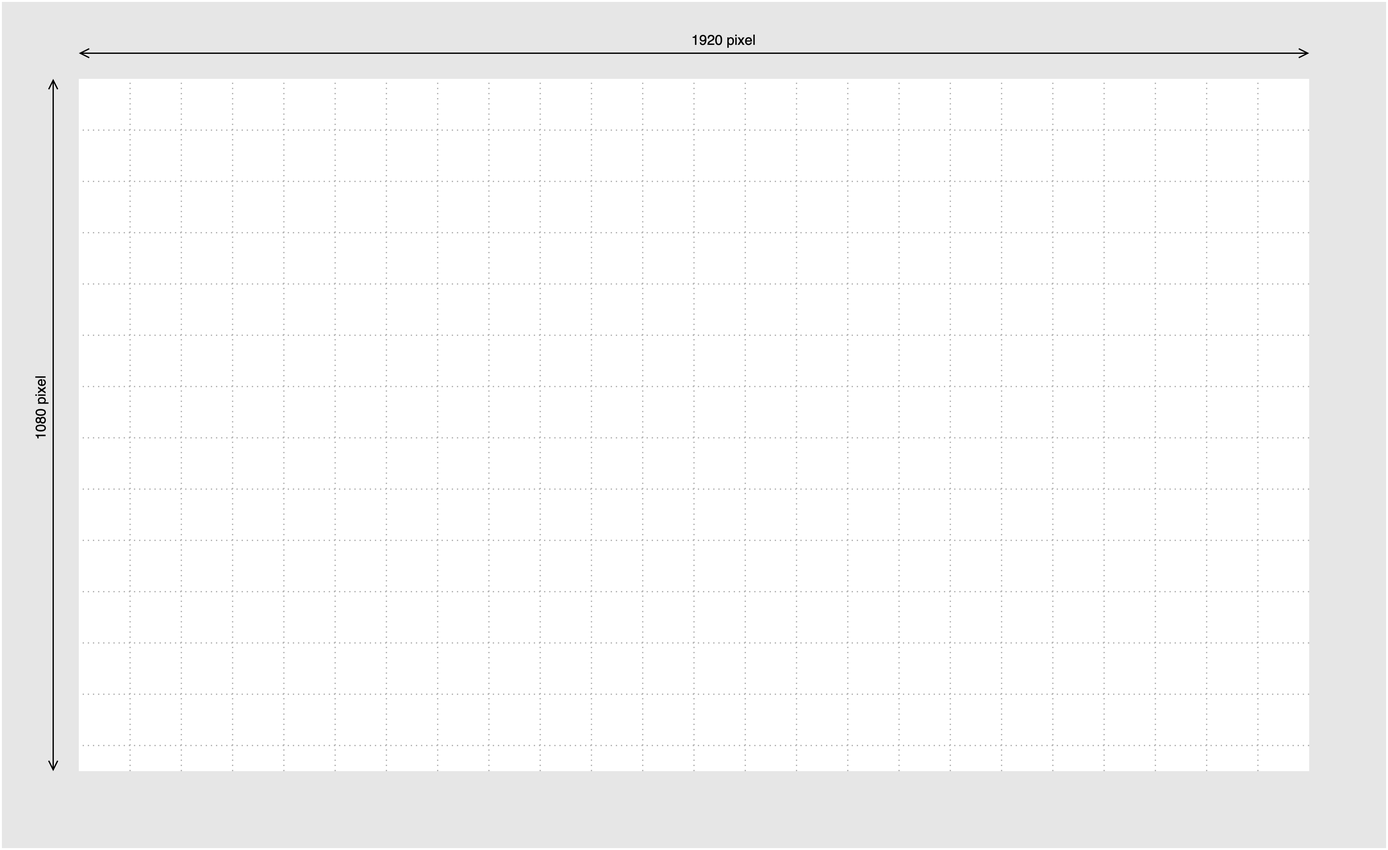
The draw.io diagram diagrams/canvas-guideline_infinite-space_1.png in martinleggewie/visual-tips-for-creating-schematic-diagrams, before a commit. Source tidied: cells renumbered, new cells last; positions are measured from the earlier drawing's top-left corner, leaving out a move shared by most shapes.
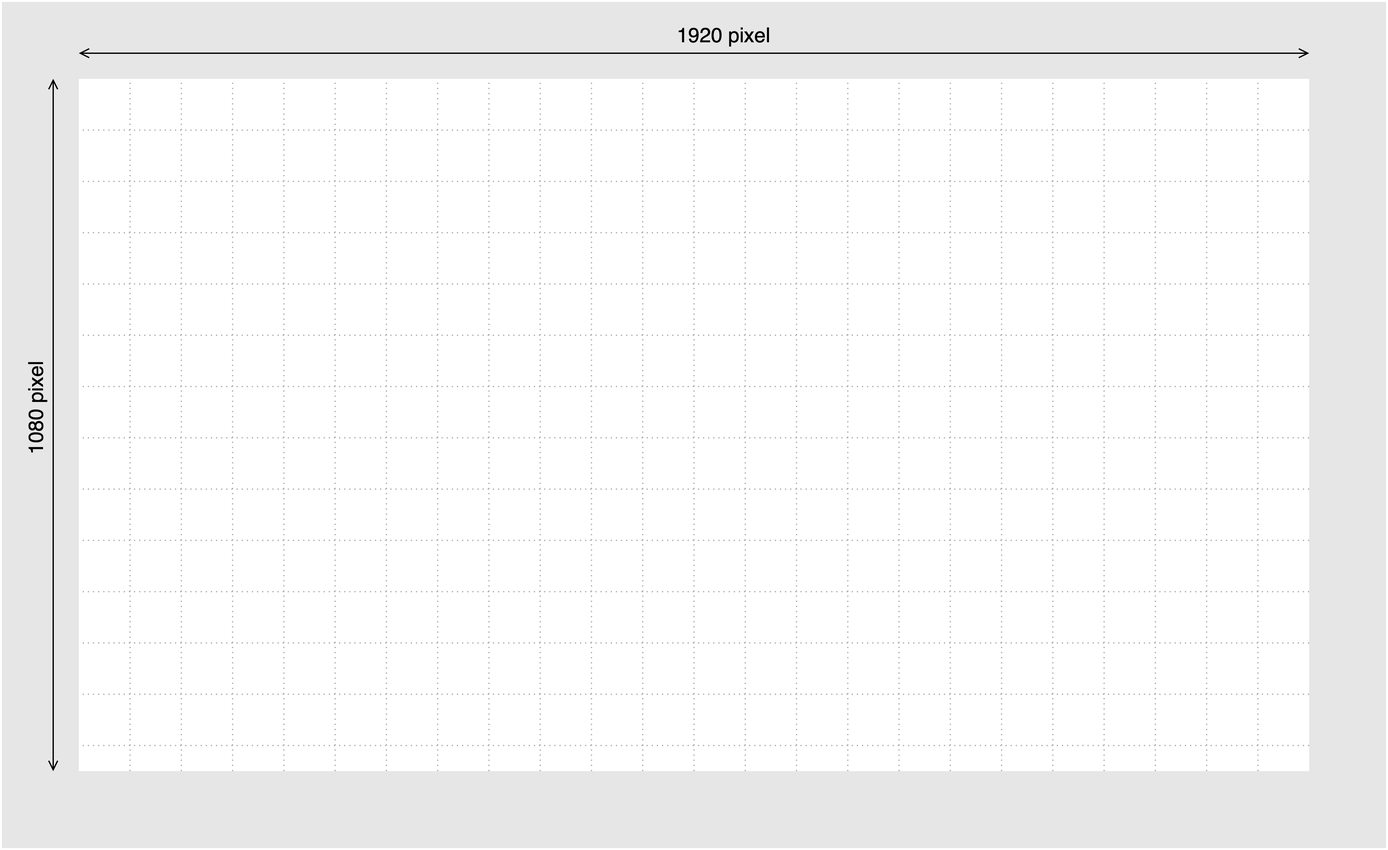
Above is the later version.

Change to the diagram source:
```diff
@@ -14,16 +14,16 @@
         <mxPoint x="1020" y="40" as="targetPoint" />
       </mxGeometry>
     </mxCell>
-    <mxCell id="5" value="1920 pixel" style="edgeLabel;html=1;align=center;verticalAlign=bottom;labelBackgroundColor=none;" parent="4" vertex="1">
+    <mxCell id="5" value="1920 pixel" style="edgeLabel;html=1;align=center;verticalAlign=bottom;labelBackgroundColor=none;fontSize=16;fontStyle=0;" parent="4" vertex="1">
       <mxGeometry x="0.05" y="2" relative="1" as="geometry" />
     </mxCell>
-    <mxCell id="6" style="endArrow=open;startArrow=open;html=1;endFill=0;startFill=0;" parent="1" edge="1">
+    <mxCell id="6" style="endArrow=open;startArrow=open;html=1;endFill=0;startFill=0;fontSize=16;" parent="1" edge="1">
       <mxGeometry relative="1" as="geometry">
         <mxPoint x="40" y="600" as="sourcePoint" />
         <mxPoint x="40" y="60" as="targetPoint" />
       </mxGeometry>
     </mxCell>
-    <mxCell id="7" value="1080 pixel" style="edgeLabel;html=1;align=center;verticalAlign=bottom;horizontal=0;labelBackgroundColor=none;" parent="6" vertex="1">
+    <mxCell id="7" value="1080 pixel" style="edgeLabel;html=1;align=center;verticalAlign=bottom;horizontal=0;labelBackgroundColor=none;fontSize=16;fontStyle=0;" parent="6" vertex="1">
       <mxGeometry x="0.05" y="2" relative="1" as="geometry" />
     </mxCell>
     <mxCell id="8" value="grid" parent="0" />
```
